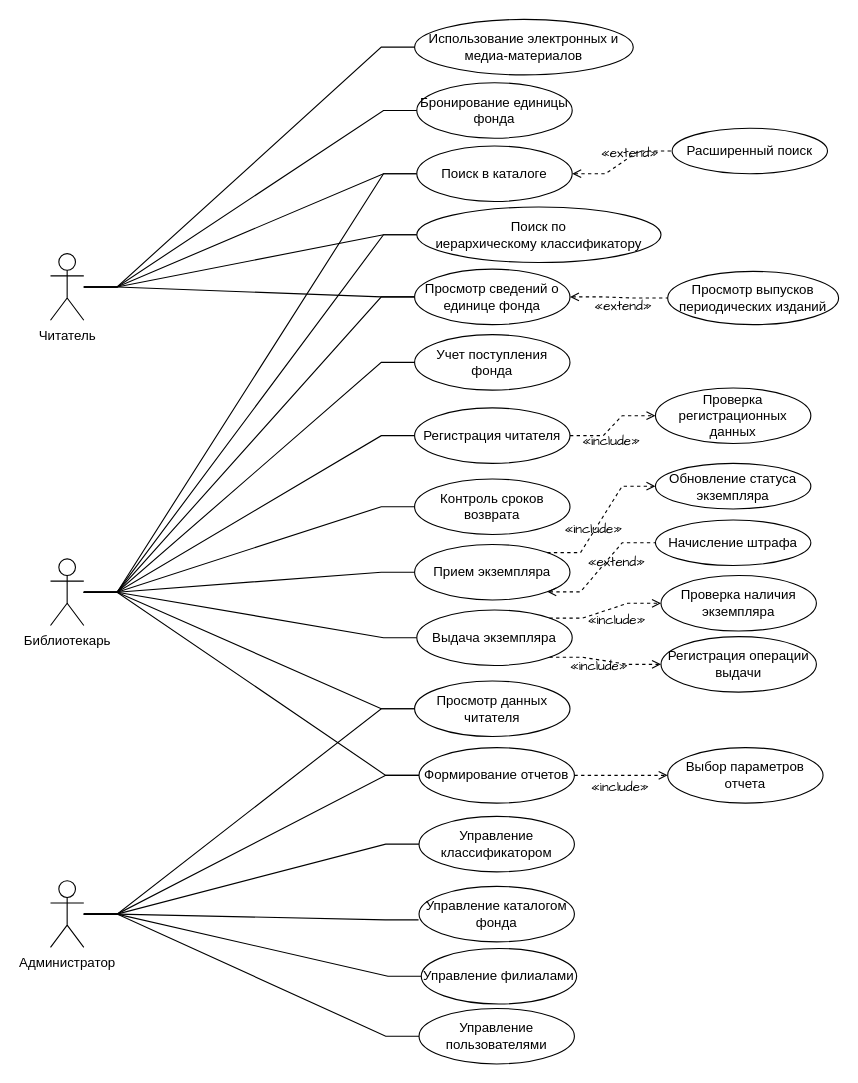
Before: page "UseCase" (1 of 5) of db_design.drawio in Alivaros/Course_Project_DB, a draw.io diagram. Source tidied: cells renumbered, new cells numbered last; positions are measured from the earlier drawing's top-left corner, leaving out a move shared by most shapes. Both pictures are drawn from the tidied source at 111%, with x=0, y=0 at pixel (50, 19).
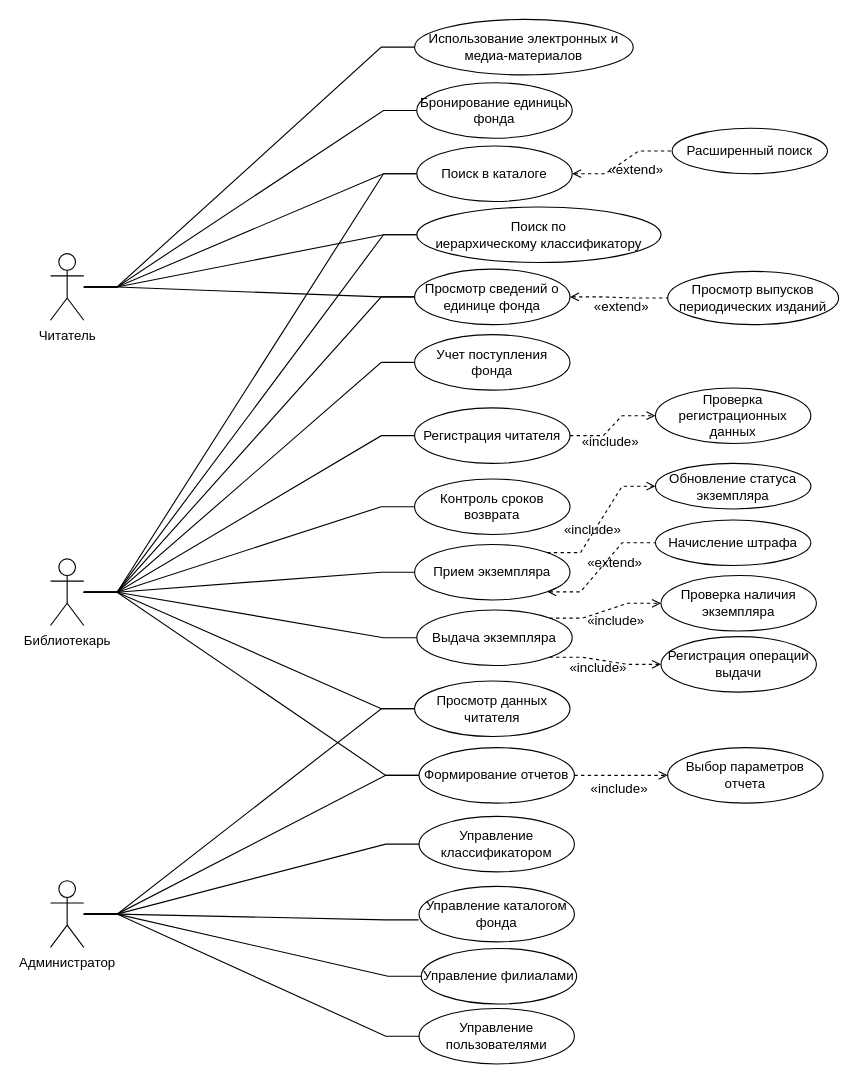
Above is the later version.

Change to the diagram source:
```diff
@@
-    <mxCell id="44" value="«&lt;span style=&quot;background-color: transparent; color: light-dark(rgb(0, 0, 0), rgb(255, 255, 255));&quot;&gt;include»&lt;/span&gt;" style="text;whiteSpace=wrap;html=1;fontFamily=Architects Daughter;" parent="1" vertex="1">
+    <mxCell id="44" value="«&lt;span style=&quot;background-color: transparent; color: light-dark(rgb(0, 0, 0), rgb(255, 255, 255));&quot;&gt;include»&lt;/span&gt;" style="text;whiteSpace=wrap;html=1;fontFamily=Helvetica;" parent="1" vertex="1">
       <mxGeometry x="482" y="528" width="51" height="23" as="geometry" />
     </mxCell>
@@
-    <mxCell id="47" value="«&lt;span style=&quot;background-color: transparent; color: light-dark(rgb(0, 0, 0), rgb(255, 255, 255));&quot;&gt;include»&lt;/span&gt;" style="text;whiteSpace=wrap;html=1;fontFamily=Architects Daughter;" parent="1" vertex="1">
+    <mxCell id="47" value="«&lt;span style=&quot;background-color: transparent; color: light-dark(rgb(0, 0, 0), rgb(255, 255, 255));&quot;&gt;include»&lt;/span&gt;" style="text;whiteSpace=wrap;html=1;fontFamily=Helvetica;" parent="1" vertex="1">
       <mxGeometry x="466" y="569.5" width="51" height="23" as="geometry" />
     </mxCell>
@@
-    <mxCell id="50" value="«&lt;span style=&quot;background-color: transparent; color: light-dark(rgb(0, 0, 0), rgb(255, 255, 255));&quot;&gt;include»&lt;/span&gt;" style="text;whiteSpace=wrap;html=1;fontFamily=Architects Daughter;" parent="1" vertex="1">
+    <mxCell id="50" value="«&lt;span style=&quot;background-color: transparent; color: light-dark(rgb(0, 0, 0), rgb(255, 255, 255));&quot;&gt;include»&lt;/span&gt;" style="text;whiteSpace=wrap;html=1;fontFamily=Helvetica;" parent="1" vertex="1">
       <mxGeometry x="461" y="446" width="51" height="23" as="geometry" />
     </mxCell>
@@
-    <mxCell id="53" value="«&lt;span style=&quot;background-color: transparent; color: light-dark(rgb(0, 0, 0), rgb(255, 255, 255));&quot;&gt;include»&lt;/span&gt;" style="text;whiteSpace=wrap;html=1;fontFamily=Architects Daughter;" parent="1" vertex="1">
+    <mxCell id="53" value="«&lt;span style=&quot;background-color: transparent; color: light-dark(rgb(0, 0, 0), rgb(255, 255, 255));&quot;&gt;include»&lt;/span&gt;" style="text;whiteSpace=wrap;html=1;fontFamily=Helvetica;" parent="1" vertex="1">
       <mxGeometry x="477" y="367" width="51" height="23" as="geometry" />
     </mxCell>
@@
-    <mxCell id="56" value="«&lt;span style=&quot;background-color: transparent; color: light-dark(rgb(0, 0, 0), rgb(255, 255, 255));&quot;&gt;include»&lt;/span&gt;" style="text;whiteSpace=wrap;html=1;fontFamily=Architects Daughter;" parent="1" vertex="1">
+    <mxCell id="56" value="«&lt;span style=&quot;background-color: transparent; color: light-dark(rgb(0, 0, 0), rgb(255, 255, 255));&quot;&gt;include»&lt;/span&gt;" style="text;whiteSpace=wrap;html=1;fontFamily=Helvetica;" parent="1" vertex="1">
       <mxGeometry x="485" y="679" width="51" height="23" as="geometry" />
     </mxCell>
@@
-    <mxCell id="58" value="«extend&lt;span style=&quot;background-color: transparent; color: light-dark(rgb(0, 0, 0), rgb(255, 255, 255));&quot;&gt;»&lt;/span&gt;" style="text;whiteSpace=wrap;html=1;fontFamily=Architects Daughter;" parent="1" vertex="1">
+    <mxCell id="58" value="«extend&lt;span style=&quot;background-color: transparent; color: light-dark(rgb(0, 0, 0), rgb(255, 255, 255));&quot;&gt;»&lt;/span&gt;" style="text;whiteSpace=wrap;html=1;fontFamily=Helvetica;" parent="1" vertex="1">
       <mxGeometry x="482" y="476" width="51" height="23" as="geometry" />
     </mxCell>
@@
-    <mxCell id="61" value="«extend&lt;span style=&quot;background-color: transparent; color: light-dark(rgb(0, 0, 0), rgb(255, 255, 255));&quot;&gt;»&lt;/span&gt;" style="text;whiteSpace=wrap;html=1;fontFamily=Architects Daughter;" parent="1" vertex="1">
-      <mxGeometry x="494" y="107" width="51" height="23" as="geometry" />
+    <mxCell id="61" value="«extend&lt;span style=&quot;background-color: transparent; color: light-dark(rgb(0, 0, 0), rgb(255, 255, 255));&quot;&gt;»&lt;/span&gt;" style="text;whiteSpace=wrap;html=1;fontFamily=Helvetica;" parent="1" vertex="1">
+      <mxGeometry x="501" y="122" width="51" height="23" as="geometry" />
     </mxCell>
@@
-    <mxCell id="65" value="«extend&lt;span style=&quot;background-color: transparent; color: light-dark(rgb(0, 0, 0), rgb(255, 255, 255));&quot;&gt;»&lt;/span&gt;" style="text;whiteSpace=wrap;html=1;fontFamily=Architects Daughter;" parent="1" vertex="1">
+    <mxCell id="65" value="«extend&lt;span style=&quot;background-color: transparent; color: light-dark(rgb(0, 0, 0), rgb(255, 255, 255));&quot;&gt;»&lt;/span&gt;" style="text;whiteSpace=wrap;html=1;fontFamily=Helvetica;" parent="1" vertex="1">
       <mxGeometry x="488" y="245" width="51" height="23" as="geometry" />
     </mxCell>
```
